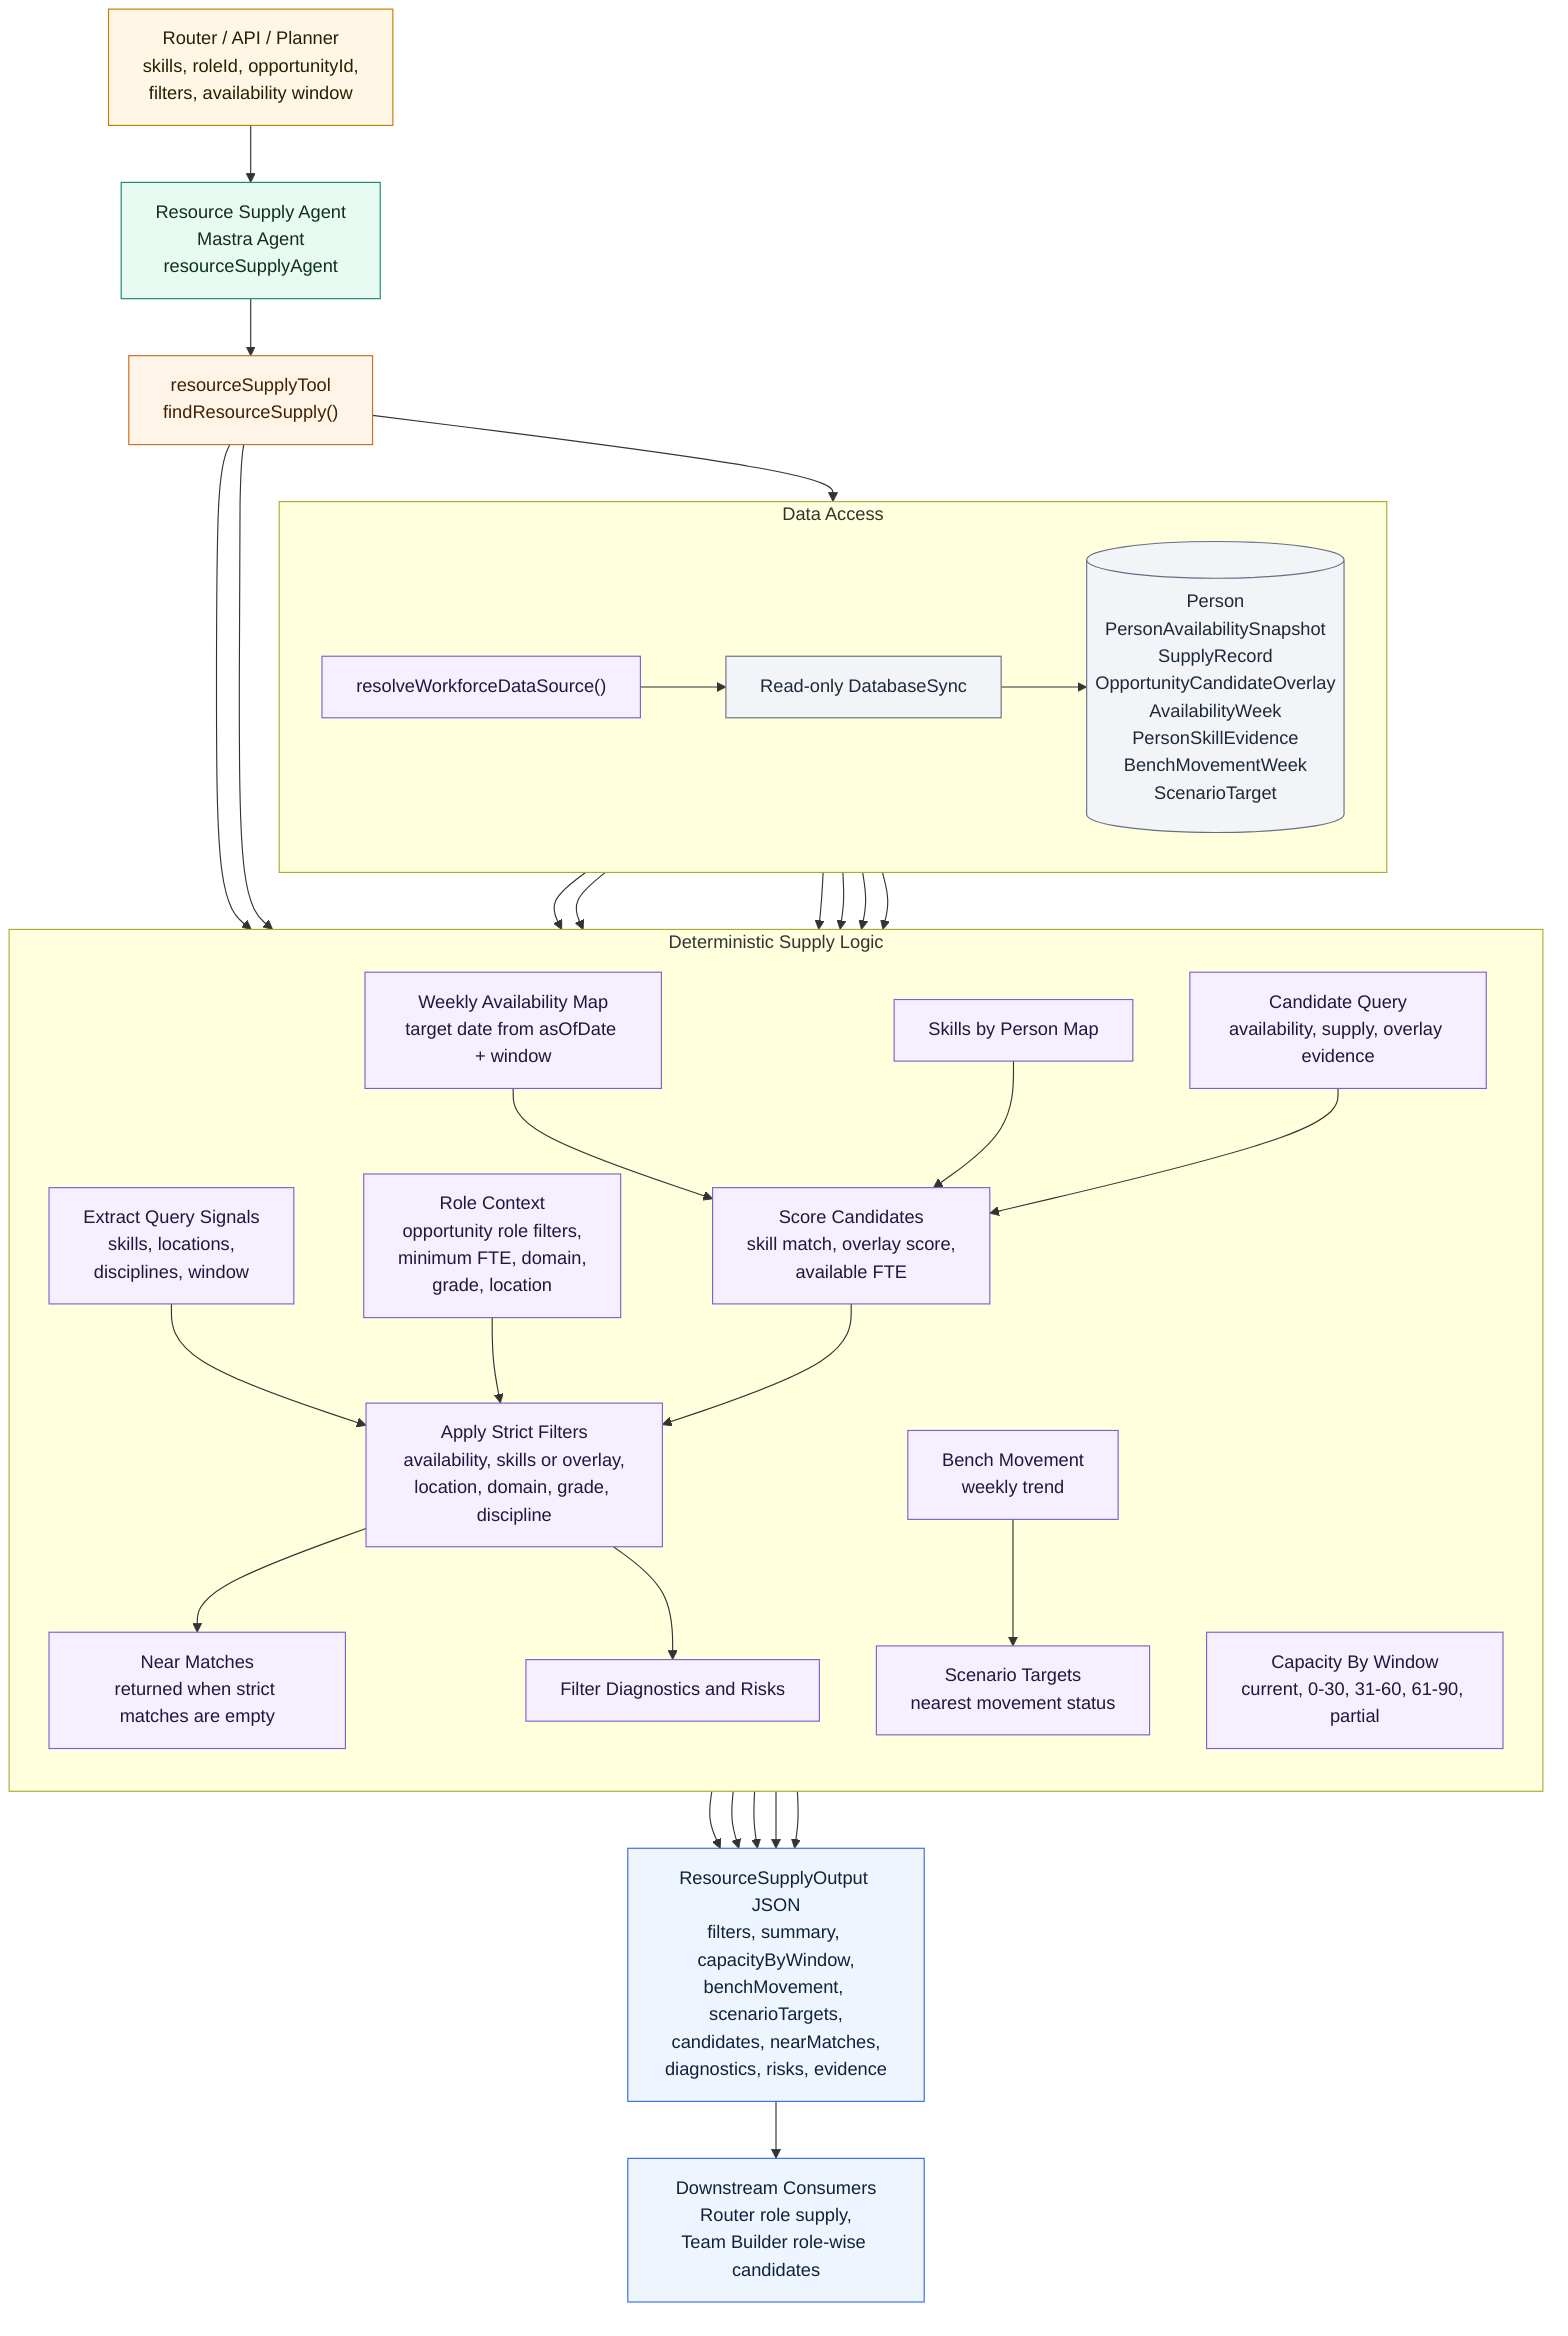
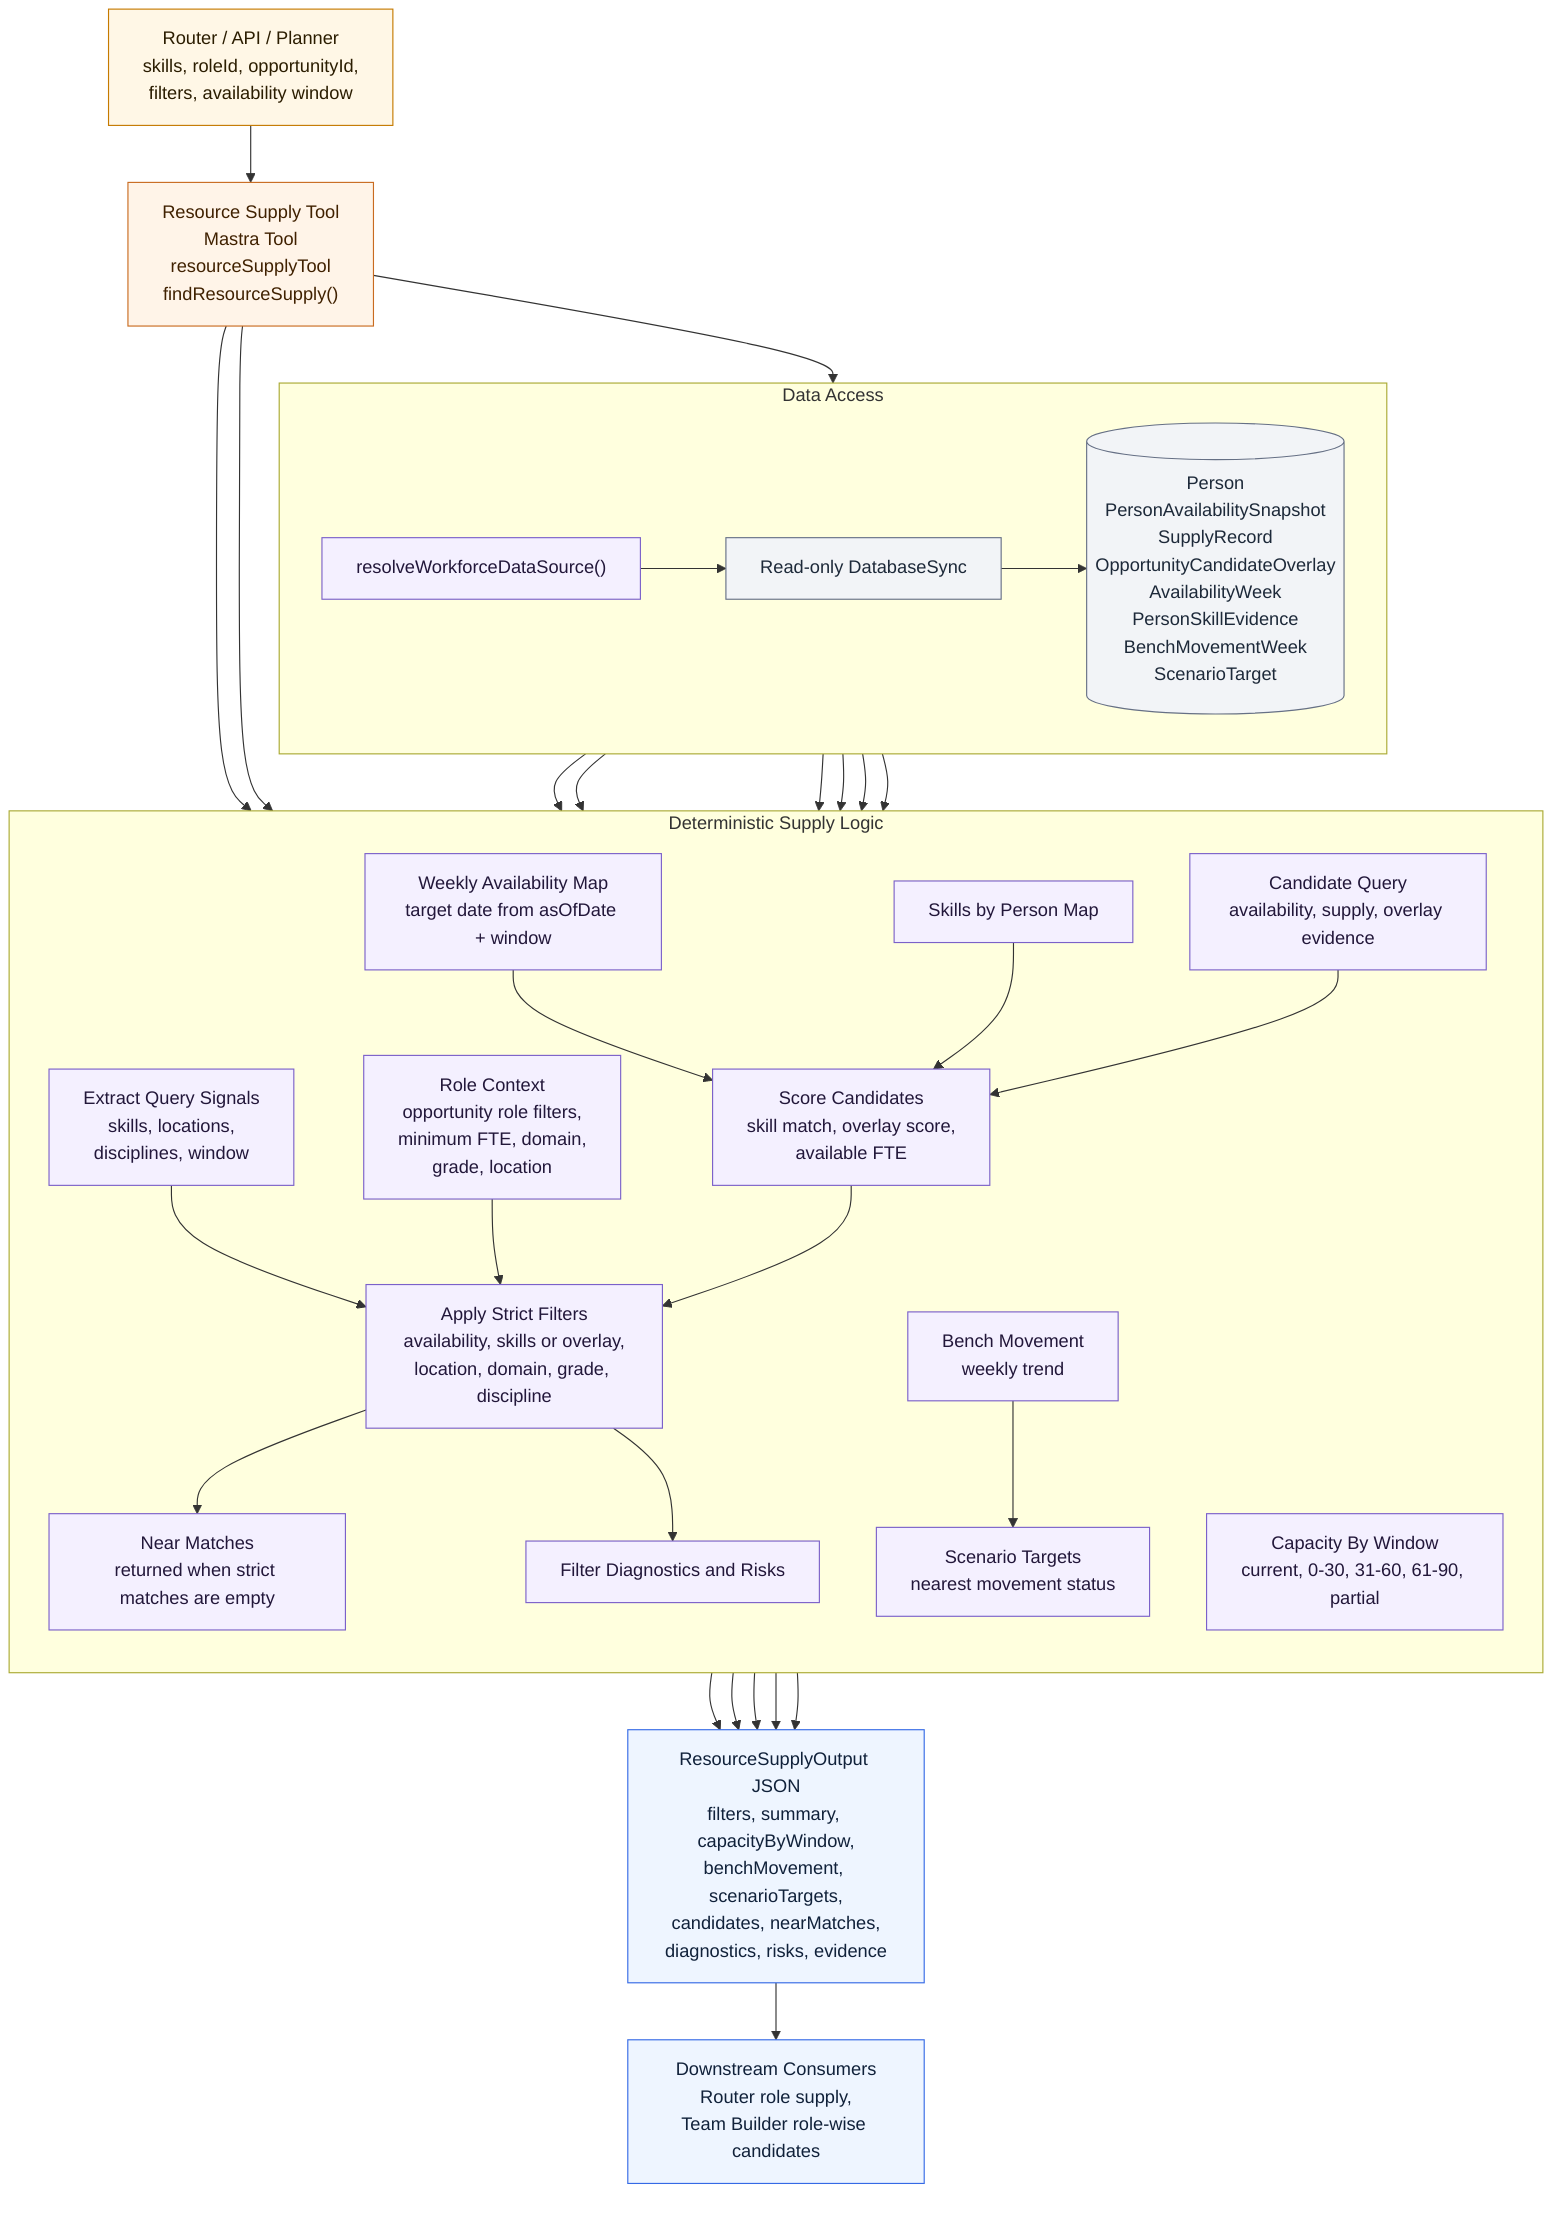
flowchart TD
    caller["Router / API / Planner<br/>skills, roleId, opportunityId,<br/>filters, availability window"]
-     agent["Resource Supply Agent<br/>Mastra Agent<br/>resourceSupplyAgent"]
-     tool["resourceSupplyTool<br/>findResourceSupply()"]
+     tool["Resource Supply Tool<br/>Mastra Tool<br/>resourceSupplyTool<br/>findResourceSupply()"]

    subgraph access["Data Access"]
        direction LR
        resolver["resolveWorkforceDataSource()"]
        sqlite["Read-only DatabaseSync"]
        tables[("Person<br/>PersonAvailabilitySnapshot<br/>SupplyRecord<br/>OpportunityCandidateOverlay<br/>AvailabilityWeek<br/>PersonSkillEvidence<br/>BenchMovementWeek<br/>ScenarioTarget")]
    end

    subgraph logic["Deterministic Supply Logic"]
        direction TB
        signals["Extract Query Signals<br/>skills, locations,<br/>disciplines, window"]
        roleCtx["Role Context<br/>opportunity role filters,<br/>minimum FTE, domain,<br/>grade, location"]
        availability["Weekly Availability Map<br/>target date from asOfDate + window"]
        skills["Skills by Person Map"]
        candidateQuery["Candidate Query<br/>availability, supply, overlay evidence"]
        scoring["Score Candidates<br/>skill match, overlay score,<br/>available FTE"]
        filters["Apply Strict Filters<br/>availability, skills or overlay,<br/>location, domain, grade, discipline"]
        nearMatches["Near Matches<br/>returned when strict matches are empty"]
        capacity["Capacity By Window<br/>current, 0-30, 31-60, 61-90, partial"]
        movement["Bench Movement<br/>weekly trend"]
        targets["Scenario Targets<br/>nearest movement status"]
        diagnostics["Filter Diagnostics and Risks"]
    end

    outputJson["ResourceSupplyOutput JSON<br/>filters, summary, capacityByWindow,<br/>benchMovement, scenarioTargets,<br/>candidates, nearMatches,<br/>diagnostics, risks, evidence"]
    downstream["Downstream Consumers<br/>Router role supply,<br/>Team Builder role-wise candidates"]

-     caller --> agent --> tool --> resolver --> sqlite --> tables
+     caller --> tool --> resolver --> sqlite --> tables
    tool --> signals --> filters
    tool --> roleCtx --> filters
    sqlite --> availability --> scoring
    sqlite --> skills --> scoring
    sqlite --> candidateQuery --> scoring --> filters
    filters --> nearMatches
    filters --> diagnostics
    sqlite --> capacity
    sqlite --> movement --> targets
    sqlite --> targets
    nearMatches --> outputJson
    diagnostics --> outputJson
    capacity --> outputJson
    movement --> outputJson
    targets --> outputJson
    outputJson --> downstream

    classDef actor fill:#fff7e6,stroke:#c57a00,color:#2b1d00,stroke-width:1px;
-     classDef agentNode fill:#e8fbf3,stroke:#178a5d,color:#0f2f20,stroke-width:1px;
    classDef toolNode fill:#fff4e8,stroke:#c96b20,color:#402100,stroke-width:1px;
    classDef control fill:#f4f0ff,stroke:#7b61c9,color:#22173a,stroke-width:1px;
    classDef data fill:#f2f4f7,stroke:#667085,color:#1d2939,stroke-width:1px;
    classDef outputNode fill:#eef5ff,stroke:#356ae6,color:#10213a,stroke-width:1px;

    class caller actor;
-     class agent agentNode;
    class tool toolNode;
    class resolver,signals,roleCtx,availability,skills,candidateQuery,scoring,filters,nearMatches,capacity,movement,targets,diagnostics control;
    class sqlite,tables data;
    class outputJson,downstream outputNode;
